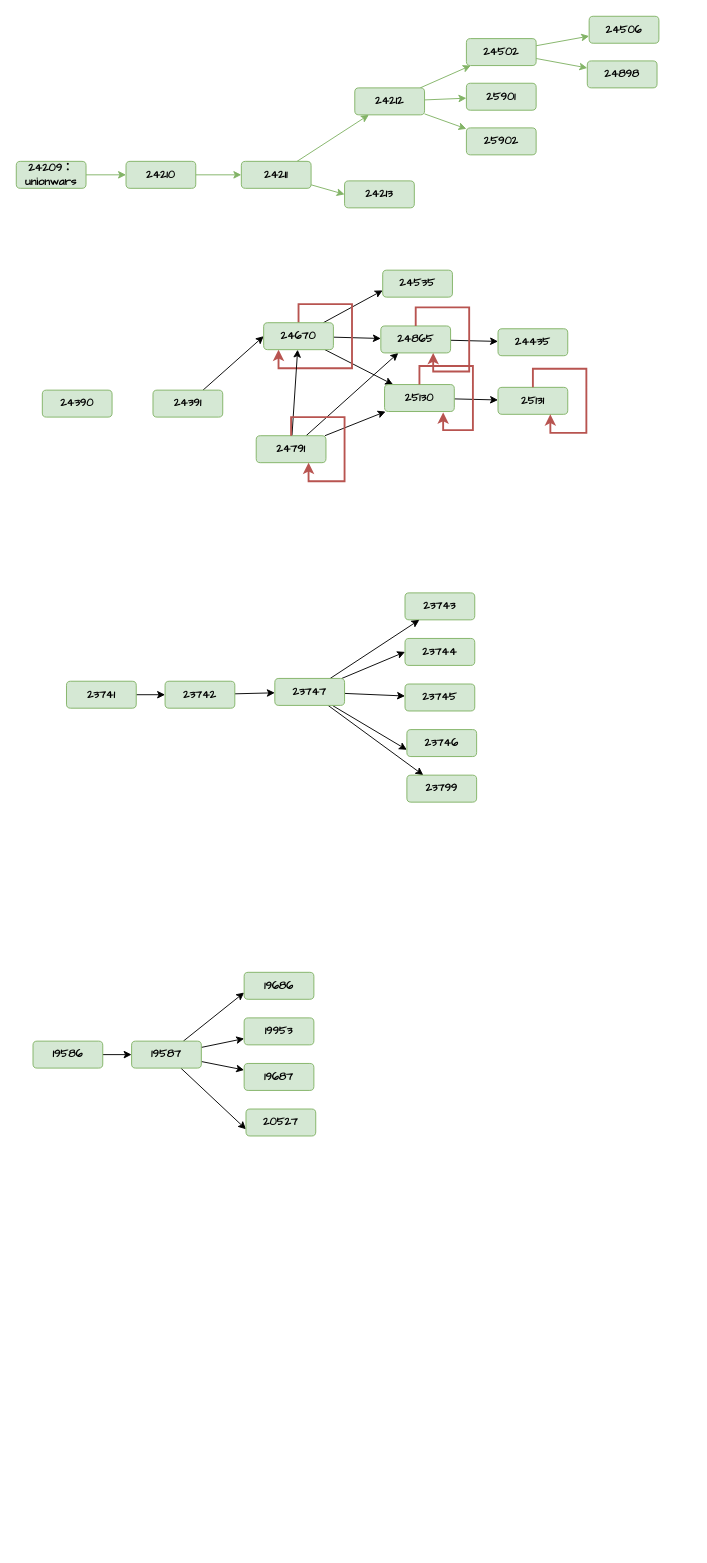
Before: page "第 3 页" (3 of 3) of src/main/leetcode_manuscripts/draw_io/project_1.drawio in wat1r/geek-algorithm-leetcode, a draw.io diagram. Source tidied: cells renumbered, new cells numbered last; positions are measured from the earlier drawing's top-left corner, leaving out a move shared by most shapes. Both pictures are drawn from the tidied source at 93%, with x=0, y=0 at pixel (16, 16).
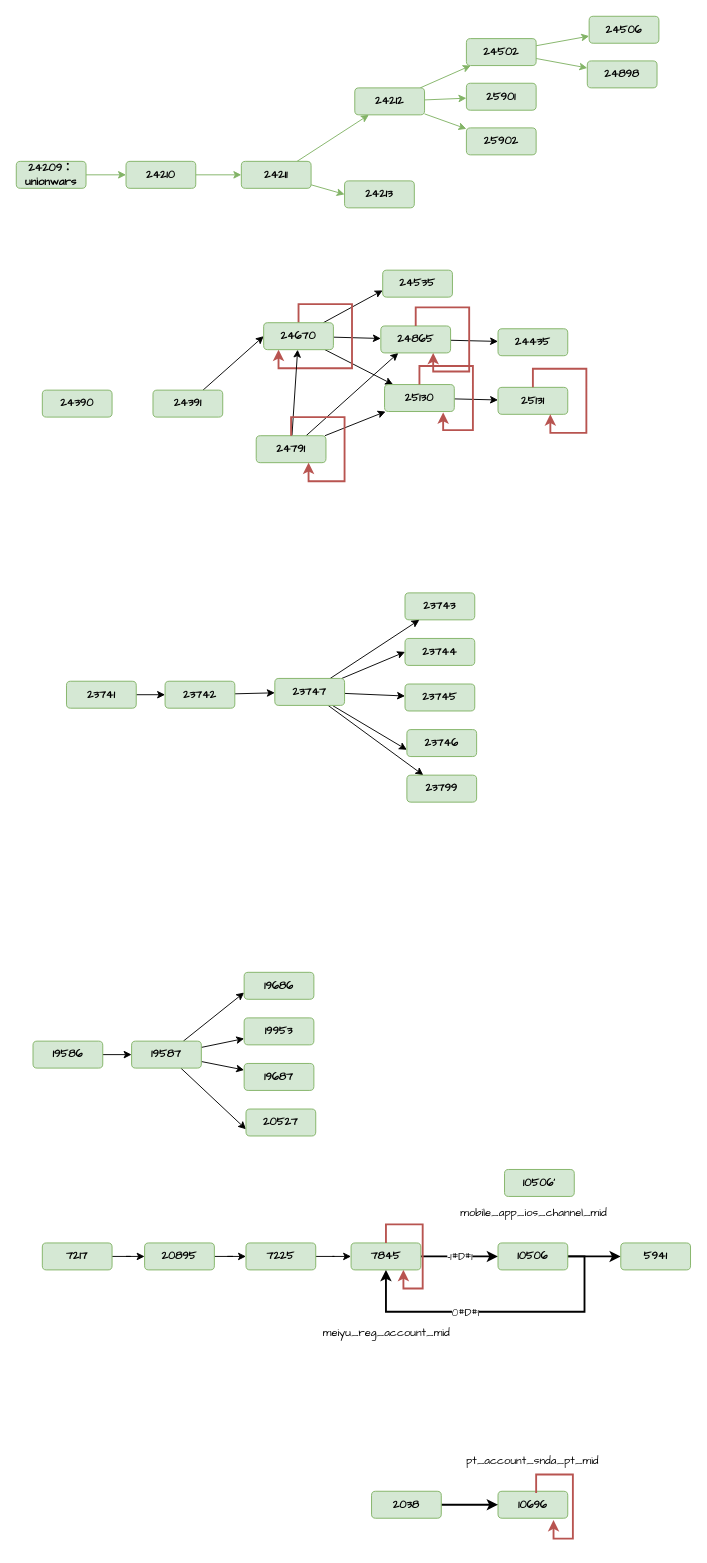
After the change.

Diff of the diagram source:
```diff
@@
+    <mxCell id="70" style="edgeStyle=orthogonalEdgeStyle;rounded=0;jettySize=auto;html=1;" parent="1" edge="1" source="71" target="73">
+      <mxGeometry relative="1" as="geometry" />
+    </mxCell>
+    <mxCell id="71" value="7217" style="rounded=1;whiteSpace=wrap;html=1;fillColor=#d5e8d4;strokeColor=#82b366;fontFamily=Comic Sans MS;fontStyle=1;" parent="1" vertex="1">
+      <mxGeometry x="28" y="1319" width="75" height="29" as="geometry" />
+    </mxCell>
+    <mxCell id="72" style="edgeStyle=orthogonalEdgeStyle;rounded=0;jettySize=auto;html=1;entryX=0;entryY=0.5;entryDx=0;entryDy=0;" parent="1" edge="1" source="73" target="75">
+      <mxGeometry relative="1" as="geometry" />
+    </mxCell>
+    <mxCell id="73" value="20895" style="rounded=1;whiteSpace=wrap;html=1;fillColor=#d5e8d4;strokeColor=#82b366;fontFamily=Comic Sans MS;fontStyle=1;" parent="1" vertex="1">
+      <mxGeometry x="138" y="1319" width="75" height="29" as="geometry" />
+    </mxCell>
+    <mxCell id="74" style="edgeStyle=orthogonalEdgeStyle;rounded=0;jettySize=auto;html=1;" parent="1" edge="1" source="75" target="77">
+      <mxGeometry relative="1" as="geometry" />
+    </mxCell>
+    <mxCell id="75" value="7225" style="rounded=1;whiteSpace=wrap;html=1;fillColor=#d5e8d4;strokeColor=#82b366;fontFamily=Comic Sans MS;fontStyle=1;" parent="1" vertex="1">
+      <mxGeometry x="247" y="1319" width="75" height="29" as="geometry" />
+    </mxCell>
+    <mxCell id="76" value="-1#D#1" style="edgeStyle=orthogonalEdgeStyle;rounded=0;jettySize=auto;html=1;strokeWidth=2;fontFamily=Comic Sans MS;" parent="1" edge="1" source="77" target="81">
+      <mxGeometry relative="1" as="geometry" />
+    </mxCell>
+    <mxCell id="77" value="7845" style="rounded=1;whiteSpace=wrap;html=1;fillColor=#d5e8d4;strokeColor=#82b366;fontFamily=Comic Sans MS;fontStyle=1;" parent="1" vertex="1">
+      <mxGeometry x="360" y="1319" width="75" height="29" as="geometry" />
+    </mxCell>
+    <mxCell id="78" style="edgeStyle=orthogonalEdgeStyle;rounded=0;jettySize=auto;html=1;entryX=0.5;entryY=1;entryDx=0;entryDy=0;exitX=1;exitY=0.5;exitDx=0;exitDy=0;strokeWidth=2;fontFamily=Comic Sans MS;" parent="1" edge="1" source="81" target="77">
+      <mxGeometry relative="1" as="geometry">
+        <Array as="points">
+          <mxPoint x="611" y="1334" />
+          <mxPoint x="611" y="1393" />
+          <mxPoint x="398" y="1393" />
+        </Array>
+      </mxGeometry>
+    </mxCell>
+    <mxCell id="79" value="0#D#1" style="edgeLabel;html=1;align=center;verticalAlign=middle;fontFamily=Comic Sans MS;" parent="78" vertex="1">
+      <mxGeometry x="0.23" relative="1" as="geometry">
+        <mxPoint x="1" as="offset" />
+      </mxGeometry>
+    </mxCell>
+    <mxCell id="80" style="edgeStyle=orthogonalEdgeStyle;rounded=0;jettySize=auto;html=1;fontFamily=Comic Sans MS;strokeWidth=2;" parent="1" edge="1" source="81" target="85">
+      <mxGeometry relative="1" as="geometry" />
+    </mxCell>
+    <mxCell id="81" value="10506" style="rounded=1;whiteSpace=wrap;html=1;fillColor=#d5e8d4;strokeColor=#82b366;fontFamily=Comic Sans MS;fontStyle=1;" parent="1" vertex="1">
+      <mxGeometry x="518" y="1319" width="75" height="29" as="geometry" />
+    </mxCell>
+    <mxCell id="82" style="edgeStyle=orthogonalEdgeStyle;rounded=0;orthogonalLoop=1;jettySize=auto;html=1;entryX=0.75;entryY=1;entryDx=0;entryDy=0;strokeWidth=2;fillColor=#f8cecc;strokeColor=#b85450;fontFamily=Comic Sans MS;" parent="1" edge="1" source="77" target="77">
+      <mxGeometry relative="1" as="geometry">
+        <Array as="points">
+          <mxPoint x="398" y="1299" />
+          <mxPoint x="437" y="1299" />
+          <mxPoint x="437" y="1368" />
+          <mxPoint x="416" y="1368" />
+        </Array>
+      </mxGeometry>
+    </mxCell>
+    <mxCell id="83" value="mobile_app_ios_channel_mid" style="text;whiteSpace=wrap;html=1;fontFamily=Comic Sans MS;" parent="1" vertex="1">
+      <mxGeometry x="476" y="1272.7" width="182" height="28" as="geometry" />
+    </mxCell>
+    <mxCell id="84" value="meiyu_reg_account_mid" style="text;whiteSpace=wrap;html=1;fontFamily=Comic Sans MS;" parent="1" vertex="1">
+      <mxGeometry x="328" y="1403" width="156" height="28" as="geometry" />
+    </mxCell>
+    <mxCell id="85" value="5941" style="rounded=1;whiteSpace=wrap;html=1;fillColor=#d5e8d4;strokeColor=#82b366;fontFamily=Comic Sans MS;fontStyle=1;" parent="1" vertex="1">
+      <mxGeometry x="650" y="1319" width="75" height="29" as="geometry" />
+    </mxCell>
+    <mxCell id="86" value="10506‘" style="rounded=1;whiteSpace=wrap;html=1;fillColor=#d5e8d4;strokeColor=#82b366;fontFamily=Comic Sans MS;fontStyle=1;" parent="1" vertex="1">
+      <mxGeometry x="525" y="1240" width="75" height="29" as="geometry" />
+    </mxCell>
+    <mxCell id="87" value="10696" style="rounded=1;whiteSpace=wrap;html=1;fillColor=#d5e8d4;strokeColor=#82b366;fontFamily=Comic Sans MS;fontStyle=1;" parent="1" vertex="1">
+      <mxGeometry x="518" y="1586" width="75" height="29" as="geometry" />
+    </mxCell>
+    <mxCell id="88" value="pt_account_snda_pt_mid" style="text;whiteSpace=wrap;html=1;fontFamily=Comic Sans MS;" parent="1" vertex="1">
+      <mxGeometry x="481.5" y="1540" width="162" height="28" as="geometry" />
+    </mxCell>
+    <mxCell id="89" style="edgeStyle=orthogonalEdgeStyle;rounded=0;jettySize=auto;html=1;entryX=0;entryY=0.5;entryDx=0;entryDy=0;fontFamily=Comic Sans MS;strokeWidth=2;" parent="1" edge="1" source="90" target="87">
+      <mxGeometry relative="1" as="geometry" />
+    </mxCell>
+    <mxCell id="90" value="2038" style="rounded=1;whiteSpace=wrap;html=1;fillColor=#d5e8d4;strokeColor=#82b366;fontFamily=Comic Sans MS;fontStyle=1;" parent="1" vertex="1">
+      <mxGeometry x="382" y="1586" width="75" height="29" as="geometry" />
+    </mxCell>
+    <mxCell id="91" style="edgeStyle=orthogonalEdgeStyle;rounded=0;orthogonalLoop=1;jettySize=auto;html=1;entryX=0.75;entryY=1;entryDx=0;entryDy=0;strokeWidth=2;fillColor=#f8cecc;strokeColor=#b85450;fontFamily=Comic Sans MS;" parent="1" edge="1">
+      <mxGeometry relative="1" as="geometry">
+        <mxPoint x="559" y="1588" as="sourcePoint" />
+        <mxPoint x="577.7" y="1617" as="targetPoint" />
+        <Array as="points">
+          <mxPoint x="559.5" y="1568" />
+          <mxPoint x="598.5" y="1568" />
+          <mxPoint x="598.5" y="1637" />
+          <mxPoint x="577.5" y="1637" />
+        </Array>
+      </mxGeometry>
+    </mxCell>
```
